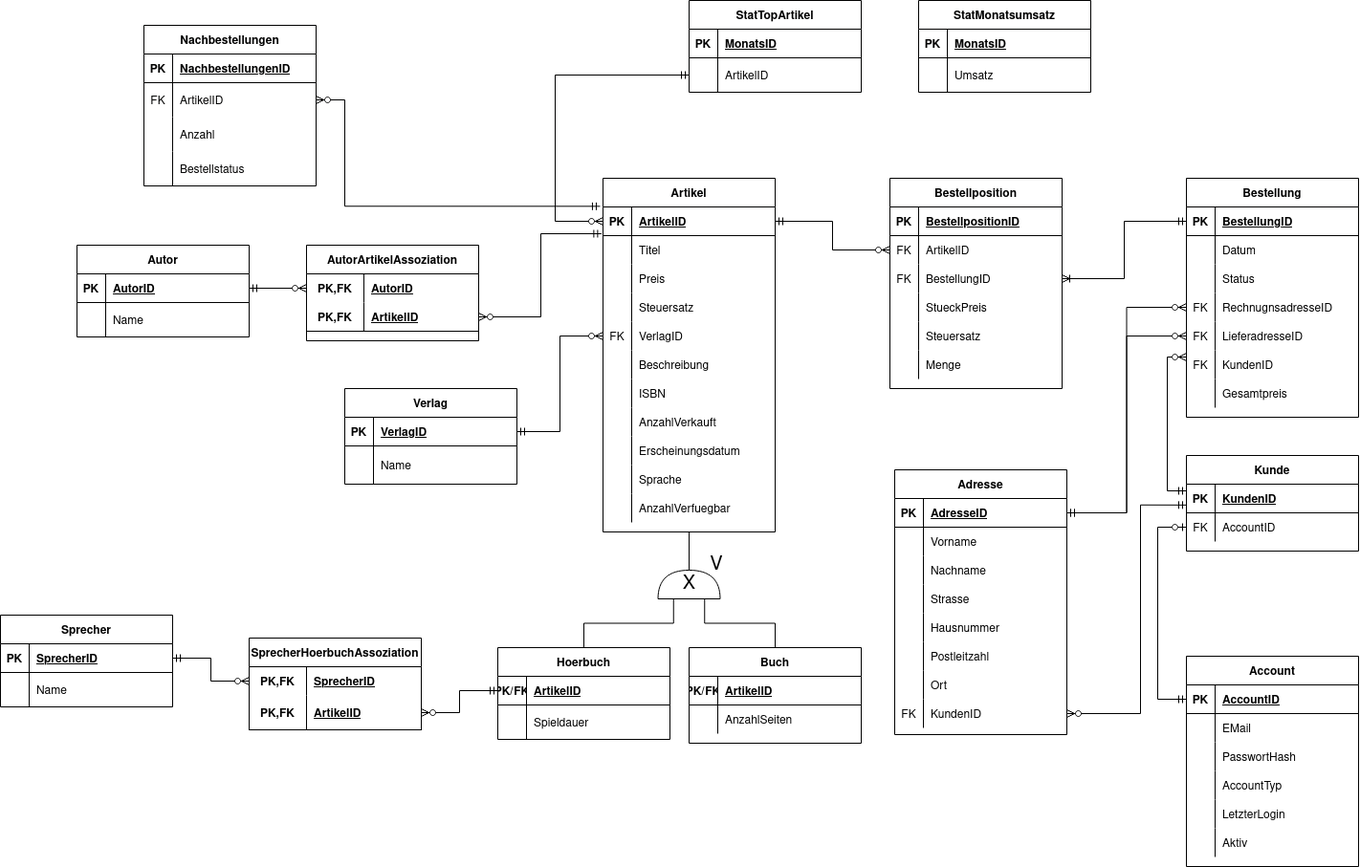
Above: EERD/EERM.png in WalnussMuenze22/db2-buecherwurm (draw.io), before the change. Source tidied: cells renumbered, new cells last; positions are measured from the earlier drawing's top-left corner, leaving out a move shared by most shapes.
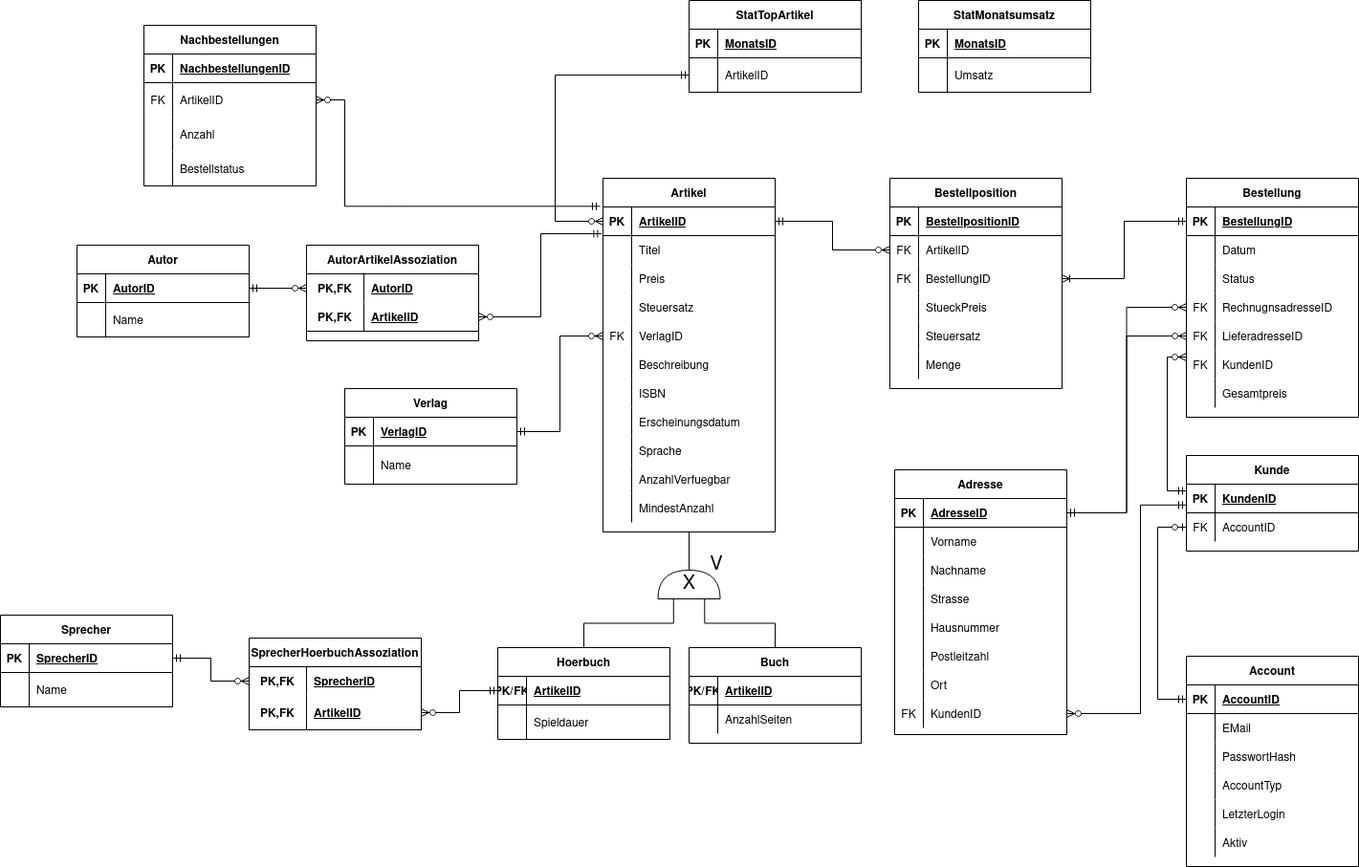
The same file after the commit.

Diff of the diagram source:
```diff
@@ -68,17 +68,8 @@
     <mxCell id="23" value="ISBN" style="shape=partialRectangle;fillColor=none;top=0;left=0;bottom=0;right=0;align=left;spacingLeft=6;overflow=hidden;" parent="21" vertex="1">
       <mxGeometry x="30" width="150" height="30" as="geometry" />
     </mxCell>
-    <mxCell id="24" style="shape=tableRow;horizontal=0;startSize=0;swimlaneHead=0;swimlaneBody=0;fillColor=none;top=0;left=0;right=0;bottom=0;" parent="2" vertex="1">
-      <mxGeometry y="240" width="180" height="30" as="geometry" />
-    </mxCell>
-    <mxCell id="25" style="shape=partialRectangle;fillColor=none;top=0;left=0;bottom=0;right=0;overflow=hidden;" parent="24" vertex="1">
-      <mxGeometry width="30" height="30" as="geometry" />
-    </mxCell>
-    <mxCell id="26" value="AnzahlVerkauft" style="shape=partialRectangle;fillColor=none;top=0;left=0;bottom=0;right=0;align=left;spacingLeft=6;overflow=hidden;" parent="24" vertex="1">
-      <mxGeometry x="30" width="150" height="30" as="geometry" />
-    </mxCell>
     <mxCell id="27" style="shape=tableRow;horizontal=0;startSize=0;swimlaneHead=0;swimlaneBody=0;fillColor=none;top=0;left=0;right=0;bottom=0;" parent="2" vertex="1">
-      <mxGeometry y="270" width="180" height="30" as="geometry" />
+      <mxGeometry y="240" width="180" height="30" as="geometry" />
     </mxCell>
     <mxCell id="28" style="shape=partialRectangle;fillColor=none;top=0;left=0;bottom=0;right=0;overflow=hidden;" parent="27" vertex="1">
       <mxGeometry width="30" height="30" as="geometry" />
@@ -87,7 +78,7 @@
       <mxGeometry x="30" width="150" height="30" as="geometry" />
     </mxCell>
     <mxCell id="30" style="shape=tableRow;horizontal=0;startSize=0;swimlaneHead=0;swimlaneBody=0;fillColor=none;top=0;left=0;right=0;bottom=0;" parent="2" vertex="1">
-      <mxGeometry y="300" width="180" height="30" as="geometry" />
+      <mxGeometry y="270" width="180" height="30" as="geometry" />
     </mxCell>
     <mxCell id="31" style="shape=partialRectangle;fillColor=none;top=0;left=0;bottom=0;right=0;overflow=hidden;" parent="30" vertex="1">
       <mxGeometry width="30" height="30" as="geometry" />
@@ -96,7 +87,7 @@
       <mxGeometry x="30" width="150" height="30" as="geometry" />
     </mxCell>
     <mxCell id="33" style="shape=tableRow;horizontal=0;startSize=0;swimlaneHead=0;swimlaneBody=0;fillColor=none;top=0;left=0;right=0;bottom=0;" parent="2" vertex="1">
-      <mxGeometry y="330" width="180" height="30" as="geometry" />
+      <mxGeometry y="300" width="180" height="30" as="geometry" />
     </mxCell>
     <mxCell id="34" style="shape=partialRectangle;fillColor=none;top=0;left=0;bottom=0;right=0;overflow=hidden;" parent="33" vertex="1">
       <mxGeometry width="30" height="30" as="geometry" />
@@ -104,6 +95,15 @@
     <mxCell id="35" value="AnzahlVerfuegbar" style="shape=partialRectangle;fillColor=none;top=0;left=0;bottom=0;right=0;align=left;spacingLeft=6;overflow=hidden;" parent="33" vertex="1">
       <mxGeometry x="30" width="150" height="30" as="geometry" />
     </mxCell>
+    <mxCell id="224" style="shape=tableRow;horizontal=0;startSize=0;swimlaneHead=0;swimlaneBody=0;fillColor=none;top=0;left=0;right=0;bottom=0;" parent="2" vertex="1">
+      <mxGeometry y="330" width="180" height="30" as="geometry" />
+    </mxCell>
+    <mxCell id="25" style="shape=partialRectangle;fillColor=none;top=0;left=0;bottom=0;right=0;overflow=hidden;" parent="224" vertex="1">
+      <mxGeometry width="30" height="30" as="geometry" />
+    </mxCell>
+    <mxCell id="225" value="MindestAnzahl" style="shape=partialRectangle;fillColor=none;top=0;left=0;bottom=0;right=0;align=left;spacingLeft=6;overflow=hidden;" parent="224" vertex="1">
+      <mxGeometry x="30" width="150" height="30" as="geometry" />
+    </mxCell>
     <mxCell id="36" value="Buch" style="shape=table;startSize=30;rowLines=0;fontStyle=1;align=center;" parent="1" vertex="1">
       <mxGeometry x="720" y="677" width="180" height="100" as="geometry" />
     </mxCell>
```
